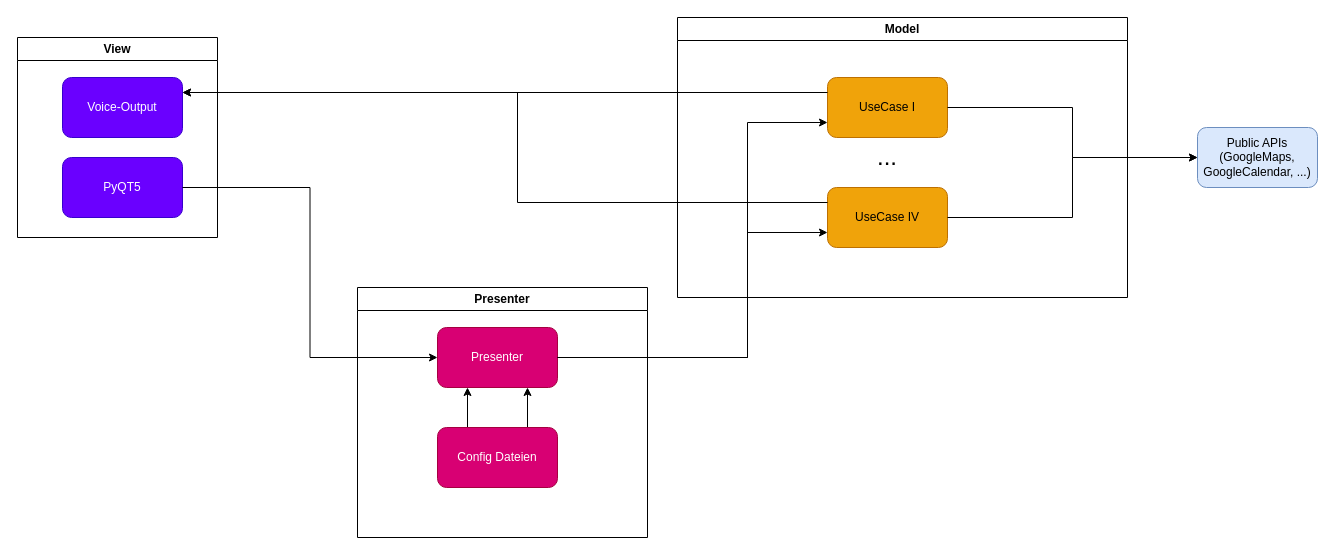
Thrillerninja/ASWE-Projekt keeps this draw.io diagram as Documentation/Logical View.drawio. Above is the earlier version. Source tidied: cells renumbered, new cells numbered last; positions are measured from the earlier drawing's top-left corner, leaving out a move shared by most shapes. Both pictures are drawn from the tidied source at 100%, with x=0, y=0 at pixel (17, 17).
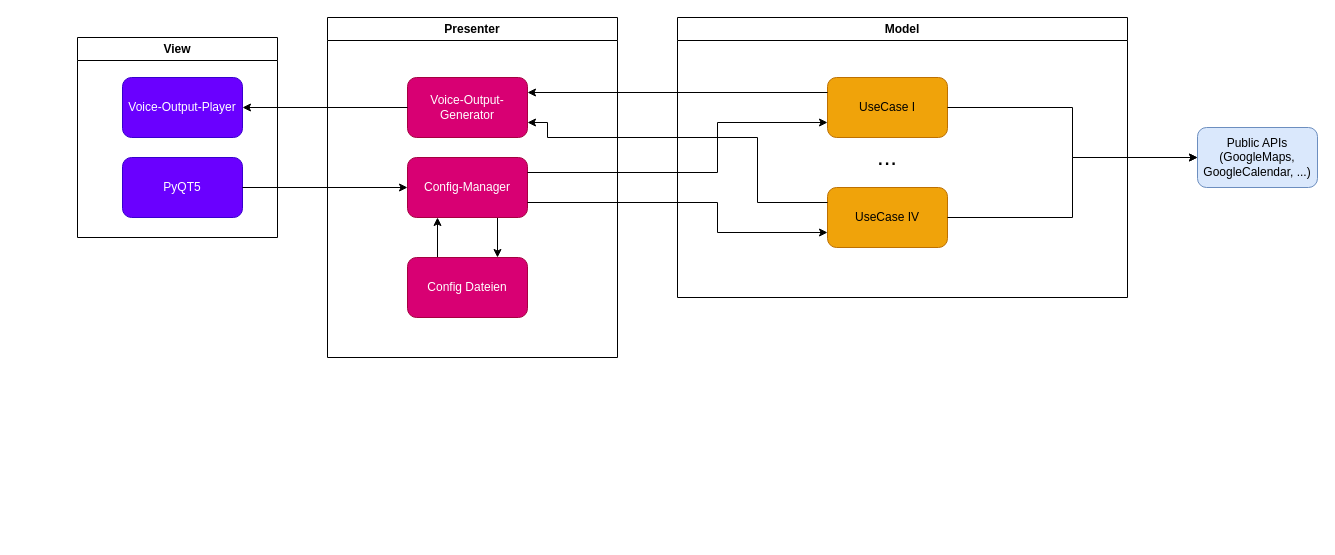
The same diagram, later.

The change refers to these unchanged cells:
```xml
<mxCell id="6" value="UseCase I" style="rounded=1;whiteSpace=wrap;html=1;fillColor=#f0a30a;strokeColor=#BD7000;fontColor=#000000;" parent="5" vertex="1">
  <mxGeometry x="150" y="60" width="120" height="60" as="geometry" />
</mxCell>
<mxCell id="8" value="UseCase IV" style="rounded=1;whiteSpace=wrap;html=1;fillColor=#f0a30a;strokeColor=#BD7000;fontColor=#000000;" parent="5" vertex="1">
  <mxGeometry x="150" y="170" width="120" height="60" as="geometry" />
</mxCell>
```

What changed in the source:
```diff
@@
     <mxCell id="2" value="View" style="swimlane;whiteSpace=wrap;html=1;" parent="1" vertex="1">
-      <mxGeometry y="20" width="200" height="200" as="geometry" />
+      <mxGeometry x="60" y="20" width="200" height="200" as="geometry" />
     </mxCell>
@@
-    <mxCell id="4" value="Voice-Output" style="rounded=1;whiteSpace=wrap;html=1;fillColor=#6a00ff;strokeColor=#3700CC;fontColor=#ffffff;" parent="2" vertex="1">
+    <mxCell id="4" value="Voice-Output-Player" style="rounded=1;whiteSpace=wrap;html=1;fillColor=#6a00ff;strokeColor=#3700CC;fontColor=#ffffff;" parent="2" vertex="1">
       <mxGeometry x="45" y="40" width="120" height="60" as="geometry" />
     </mxCell>
@@
-    <mxCell id="12" style="edgeStyle=orthogonalEdgeStyle;rounded=0;jettySize=auto;html=1;exitX=0;exitY=0.25;exitDx=0;exitDy=0;entryX=1;entryY=0.25;entryDx=0;entryDy=0;" parent="1" edge="1" source="6" target="4">
-      <mxGeometry relative="1" as="geometry" />
-    </mxCell>
-    <mxCell id="13" style="edgeStyle=orthogonalEdgeStyle;rounded=0;jettySize=auto;html=1;exitX=0;exitY=0.25;exitDx=0;exitDy=0;entryX=1;entryY=0.25;entryDx=0;entryDy=0;" parent="1" edge="1" source="8" target="4">
-      <mxGeometry relative="1" as="geometry">
-        <Array as="points">
-          <mxPoint x="500" y="185" />
-          <mxPoint x="500" y="75" />
-        </Array>
-      </mxGeometry>
-    </mxCell>
     <mxCell id="14" value="Presenter" style="swimlane;whiteSpace=wrap;html=1;" parent="1" vertex="1">
-      <mxGeometry x="340" y="270" width="290" height="250" as="geometry" />
+      <mxGeometry x="310" width="290" height="340" as="geometry" />
     </mxCell>
-    <mxCell id="15" style="edgeStyle=orthogonalEdgeStyle;rounded=0;jettySize=auto;html=1;exitX=0.75;exitY=0;exitDx=0;exitDy=0;entryX=0.75;entryY=1;entryDx=0;entryDy=0;" parent="14" edge="1" source="17" target="18">
-      <mxGeometry relative="1" as="geometry" />
-    </mxCell>
@@
     <mxCell id="17" value="Config Dateien" style="rounded=1;whiteSpace=wrap;html=1;fillColor=#d80073;strokeColor=#A50040;fontColor=#ffffff;" parent="14" vertex="1">
-      <mxGeometry x="80" y="140" width="120" height="60" as="geometry" />
+      <mxGeometry x="80" y="240" width="120" height="60" as="geometry" />
     </mxCell>
+    <mxCell id="22" style="edgeStyle=orthogonalEdgeStyle;rounded=0;jettySize=auto;html=1;exitX=0.75;exitY=1;exitDx=0;exitDy=0;entryX=0.75;entryY=0;entryDx=0;entryDy=0;" parent="14" edge="1" source="18" target="17">
+      <mxGeometry relative="1" as="geometry" />
+    </mxCell>
-    <mxCell id="18" value="Presenter" style="rounded=1;whiteSpace=wrap;html=1;fillColor=#d80073;fontColor=#ffffff;strokeColor=#A50040;" parent="14" vertex="1">
-      <mxGeometry x="80" y="40" width="120" height="60" as="geometry" />
+    <mxCell id="18" value="Config-Manager" style="rounded=1;whiteSpace=wrap;html=1;fillColor=#d80073;fontColor=#ffffff;strokeColor=#A50040;" parent="14" vertex="1">
+      <mxGeometry x="80" y="140" width="120" height="60" as="geometry" />
     </mxCell>
+    <mxCell id="23" value="Voice-Output-Generator" style="rounded=1;whiteSpace=wrap;html=1;fillColor=#d80073;fontColor=#ffffff;strokeColor=#A50040;" parent="14" vertex="1">
+      <mxGeometry x="80" y="60" width="120" height="60" as="geometry" />
+    </mxCell>
@@
+    <mxCell id="24" style="edgeStyle=orthogonalEdgeStyle;rounded=0;jettySize=auto;html=1;exitX=0;exitY=0.5;exitDx=0;exitDy=0;entryX=1;entryY=0.5;entryDx=0;entryDy=0;" parent="1" edge="1" source="23" target="4">
+      <mxGeometry relative="1" as="geometry" />
+    </mxCell>
+    <mxCell id="25" style="edgeStyle=orthogonalEdgeStyle;rounded=0;jettySize=auto;html=1;exitX=0;exitY=0.25;exitDx=0;exitDy=0;entryX=1;entryY=0.25;entryDx=0;entryDy=0;" parent="1" edge="1" source="6" target="23">
+      <mxGeometry relative="1" as="geometry" />
+    </mxCell>
+    <mxCell id="26" style="edgeStyle=orthogonalEdgeStyle;rounded=0;jettySize=auto;html=1;exitX=0;exitY=0.25;exitDx=0;exitDy=0;entryX=1;entryY=0.75;entryDx=0;entryDy=0;" parent="1" edge="1" source="8" target="23">
+      <mxGeometry relative="1" as="geometry">
+        <Array as="points">
+          <mxPoint x="740" y="185" />
+          <mxPoint x="740" y="120" />
+          <mxPoint x="530" y="120" />
+          <mxPoint x="530" y="105" />
+        </Array>
+      </mxGeometry>
+    </mxCell>
+    <mxCell id="21" style="edgeStyle=orthogonalEdgeStyle;rounded=0;jettySize=auto;html=1;exitX=1;exitY=0.25;exitDx=0;exitDy=0;entryX=0;entryY=0.75;entryDx=0;entryDy=0;" parent="1" edge="1" source="18" target="6">
+      <mxGeometry relative="1" as="geometry">
+        <Array as="points">
+          <mxPoint x="700" y="155" />
+          <mxPoint x="700" y="105" />
+        </Array>
+      </mxGeometry>
+    </mxCell>
-    <mxCell id="20" style="edgeStyle=orthogonalEdgeStyle;rounded=0;jettySize=auto;html=1;exitX=1;exitY=0.5;exitDx=0;exitDy=0;entryX=0;entryY=0.75;entryDx=0;entryDy=0;" parent="1" edge="1" source="18" target="8">
+    <mxCell id="20" style="edgeStyle=orthogonalEdgeStyle;rounded=0;jettySize=auto;html=1;exitX=1;exitY=0.75;exitDx=0;exitDy=0;entryX=0;entryY=0.75;entryDx=0;entryDy=0;" parent="1" edge="1" source="18" target="8">
       <mxGeometry relative="1" as="geometry">
         <Array as="points">
-          <mxPoint x="730" y="340" />
-          <mxPoint x="730" y="215" />
+          <mxPoint x="700" y="185" />
+          <mxPoint x="700" y="215" />
         </Array>
       </mxGeometry>
     </mxCell>
-    <mxCell id="21" style="edgeStyle=orthogonalEdgeStyle;rounded=0;jettySize=auto;html=1;exitX=1;exitY=0.5;exitDx=0;exitDy=0;entryX=0;entryY=0.75;entryDx=0;entryDy=0;" parent="1" edge="1" source="18" target="6">
-      <mxGeometry relative="1" as="geometry">
-        <Array as="points">
-          <mxPoint x="730" y="340" />
-          <mxPoint x="730" y="105" />
-        </Array>
-      </mxGeometry>
-    </mxCell>
```
